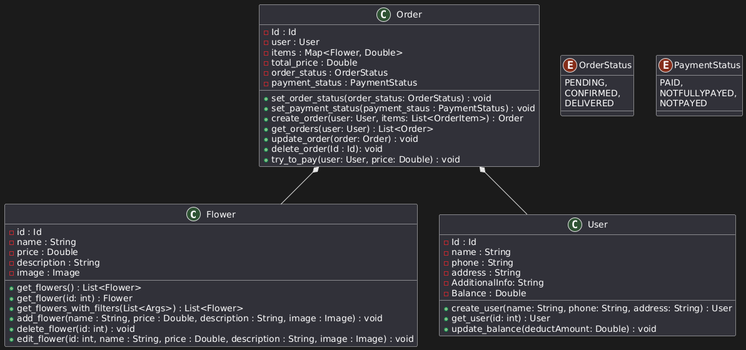
The PlantUML diagram DocumentaionInProgress/Diagram_pictures/Class_Diagram.png in Acieran/Django_Project, before a commit. Its diagram source:
```plantuml
@startuml
class Flower {
    - id : Id
    - name : String
    - price : Double
    - description : String
    - image : Image

    + get_flowers() : List<Flower>
    + get_flower(id: int) : Flower
    + get_flowers_with_filters(List<Args>) : List<Flower>
    + add_flower(name : String, price : Double, description : String, image : Image) : void
    + delete_flower(id: int) : void
    + edit_flower(id: int, name : String, price : Double, description : String, image : Image) : void
}

class User {
    - Id : Id
    - name : String
    - phone : String
    - address : String
    - AdditionalInfo: String
    - Balance : Double

    + create_user(name: String, phone: String, address: String) : User
    + get_user(id: int) : User
    + update_balance(deductAmount: Double) : void
}

class Order {
    - Id : Id
    - user : User
    - items : Map<Flower, Double>
    - total_price : Double
    - order_status : OrderStatus
    - payment_status : PaymentStatus

    + set_order_status(order_status: OrderStatus) : void
    + set_payment_status(payment_staus : PaymentStatus) : void
    + create_order(user: User, items: List<OrderItem>) : Order
    + get_orders(user: User) : List<Order>
    + update_order(order: Order) : void
    + delete_order(Id : Id): void
    + try_to_pay(user: User, price: Double) : void
}


enum OrderStatus {
    PENDING,
    CONFIRMED,
    DELIVERED
}

enum PaymentStatus{
    PAID,
    NOTFULLYPAYED,
    NOTPAYED
}

Order *-- User
Order *-- Flower
@enduml
```
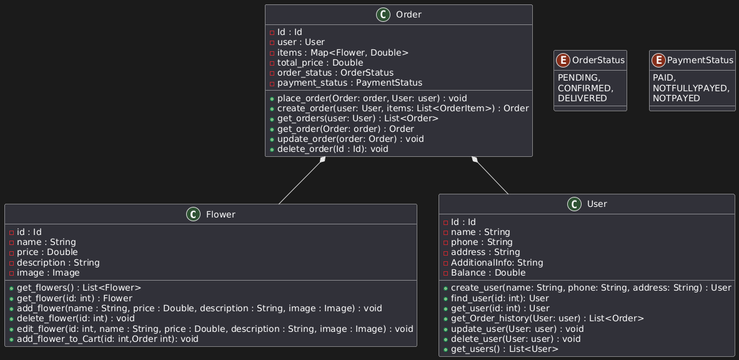
After the commit.

Commit message:
Updates Class Diagram

Diff of the diagram source:
```diff
@@ -8,10 +8,10 @@
 
     + get_flowers() : List<Flower>
     + get_flower(id: int) : Flower
-    + get_flowers_with_filters(List<Args>) : List<Flower>
     + add_flower(name : String, price : Double, description : String, image : Image) : void
     + delete_flower(id: int) : void
     + edit_flower(id: int, name : String, price : Double, description : String, image : Image) : void
+    + add_flower_to_Cart(id: int,Order int): void
 }
 
 class User {
@@ -23,8 +23,12 @@
     - Balance : Double
 
     + create_user(name: String, phone: String, address: String) : User
+    + find_user(id: int): User
     + get_user(id: int) : User
-    + update_balance(deductAmount: Double) : void
+    + get_Order_history(User: user) : List<Order>
+    + update_user(User: user) : void
+    + delete_user(User: user) : void
+    + get_users() : List<User>
 }
 
 class Order {
@@ -35,13 +39,12 @@
     - order_status : OrderStatus
     - payment_status : PaymentStatus
 
-    + set_order_status(order_status: OrderStatus) : void
-    + set_payment_status(payment_staus : PaymentStatus) : void
+    + place_order(Order: order, User: user) : void
     + create_order(user: User, items: List<OrderItem>) : Order
     + get_orders(user: User) : List<Order>
+    + get_order(Order: order) : Order
     + update_order(order: Order) : void
     + delete_order(Id : Id): void
-    + try_to_pay(user: User, price: Double) : void
 }
 
 
```
